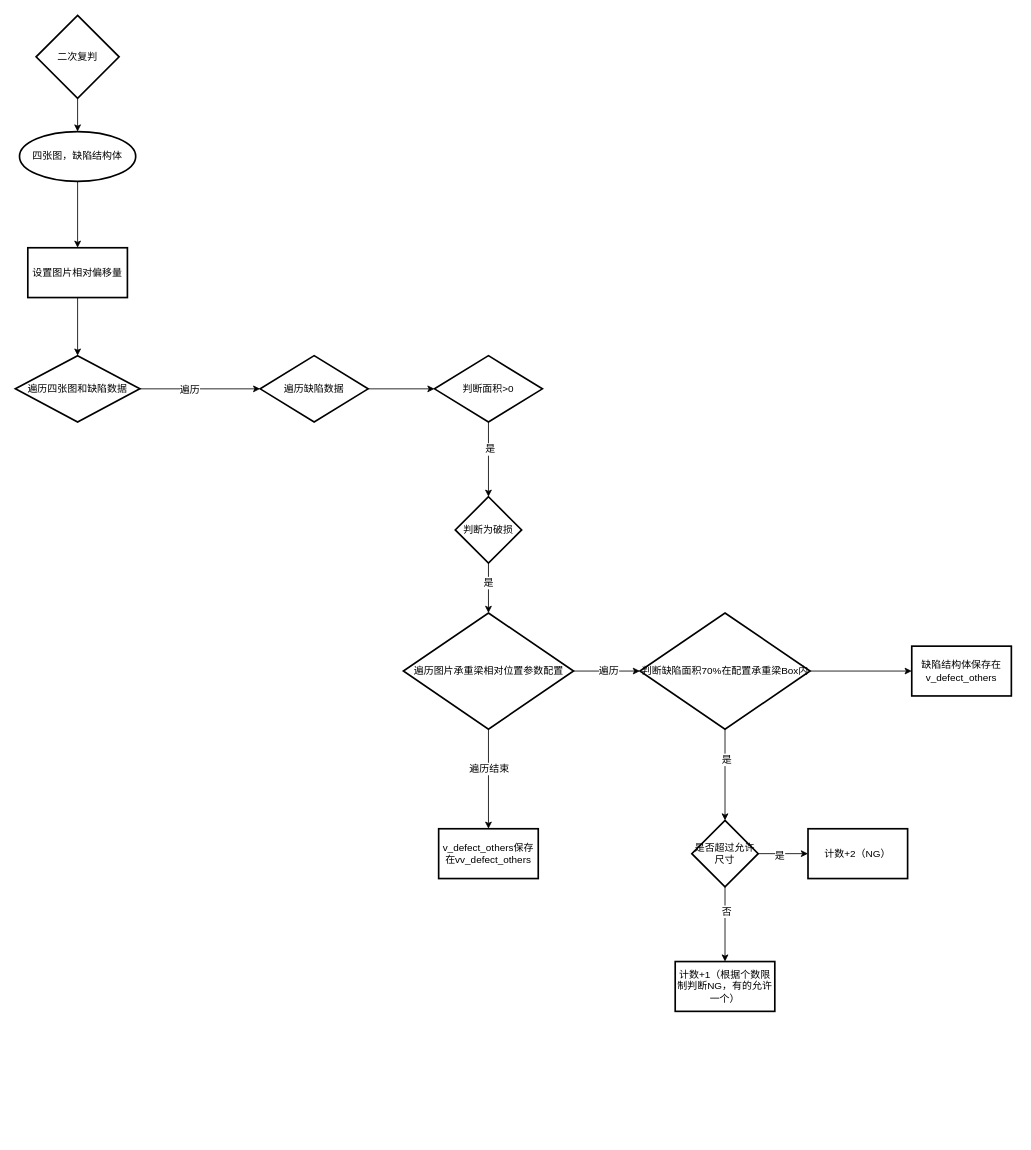
Before: 二次复判.drawio in LittleSheepy/MyMLStudy, a draw.io diagram. Source tidied: cells renumbered, new cells numbered last; positions are measured from the earlier drawing's top-left corner, leaving out a move shared by most shapes. Both pictures are drawn from the tidied source at 83%, with x=0, y=0 at pixel (15, 15).
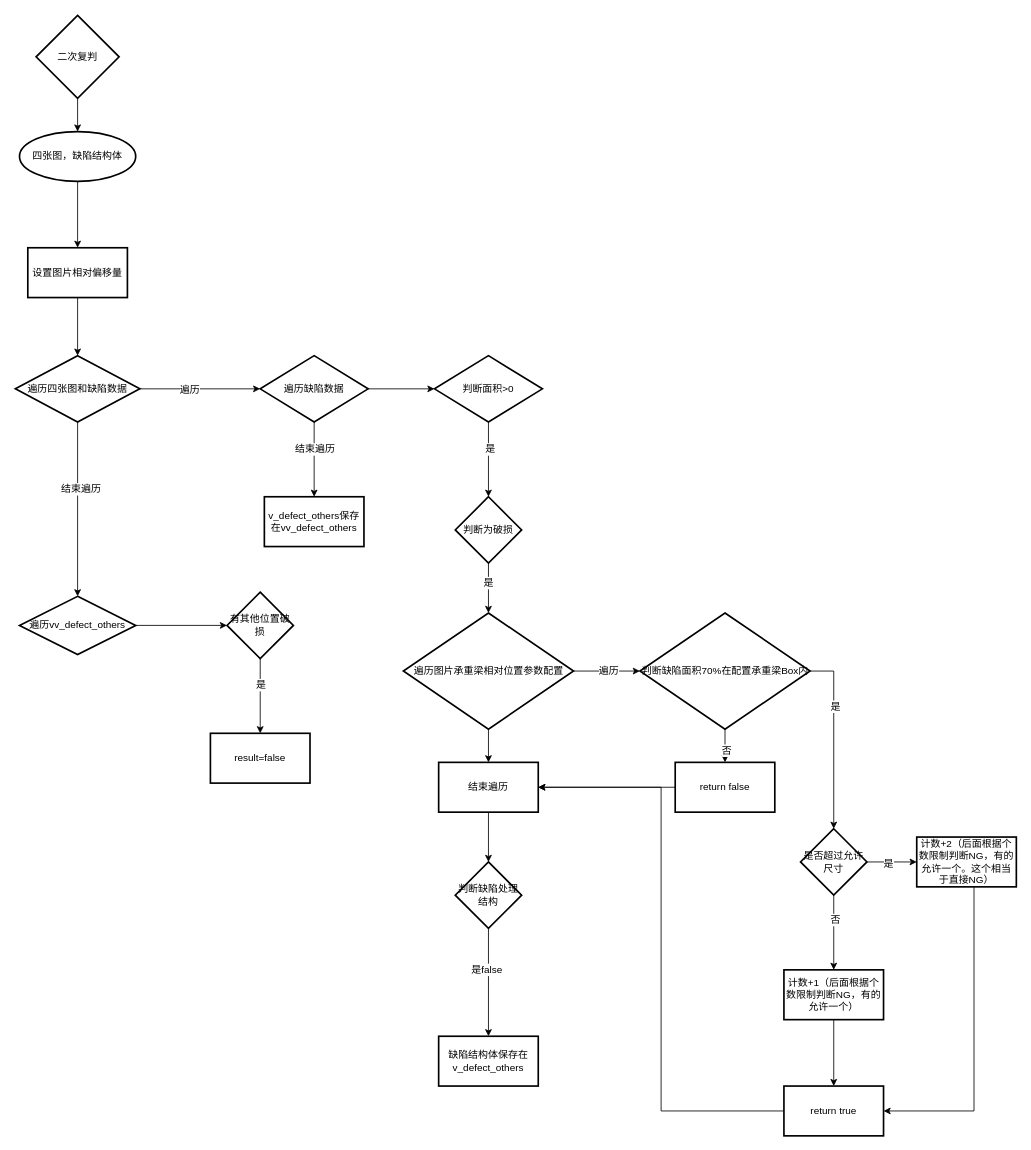
The same page after the edit.

Commit message:
更新二次复判.drawio

The change refers to these unchanged cells:
```xml
<mxCell id="10" value="遍历四张图和缺陷数据" style="rhombus;whiteSpace=wrap;html=1;strokeWidth=2;" parent="1" vertex="1">
  <mxGeometry y="410" width="150" height="80" as="geometry" />
</mxCell>
<mxCell id="12" value="遍历缺陷数据" style="rhombus;whiteSpace=wrap;html=1;strokeColor=default;strokeWidth=2;fontFamily=Helvetica;fontSize=12;fontColor=default;fillColor=default;" parent="1" vertex="1">
  <mxGeometry x="295" y="410" width="130" height="80" as="geometry" />
</mxCell>
<mxCell id="23" value="遍历图片承重梁相对位置参数配置" style="rhombus;whiteSpace=wrap;html=1;strokeColor=default;strokeWidth=2;fontFamily=Helvetica;fontSize=12;fontColor=default;fillColor=default;" parent="1" vertex="1">
  <mxGeometry x="467.5" y="720" width="205" height="140" as="geometry" />
</mxCell>
<mxCell id="27" value="判断缺陷面积70%在配置承重梁Box内" style="rhombus;whiteSpace=wrap;html=1;strokeColor=default;strokeWidth=2;fontFamily=Helvetica;fontSize=12;fontColor=default;fillColor=default;" parent="1" vertex="1">
  <mxGeometry x="752.5" y="720" width="205" height="140" as="geometry" />
</mxCell>
```

Diff of the diagram source:
```diff
@@
+    <mxCell id="37" style="edgeStyle=orthogonalEdgeStyle;rounded=0;jettySize=auto;html=1;fontFamily=Helvetica;fontSize=12;fontColor=default;" parent="1" edge="1" source="10" target="57">
+      <mxGeometry relative="1" as="geometry" />
+    </mxCell>
+    <mxCell id="38" value="结束遍历" style="edgeLabel;html=1;align=center;verticalAlign=middle;fontSize=12;fontFamily=Helvetica;fontColor=default;" parent="37" vertex="1">
+      <mxGeometry x="-0.24" y="3" relative="1" as="geometry" />
+    </mxCell>
@@
+    <mxCell id="39" style="edgeStyle=orthogonalEdgeStyle;rounded=0;jettySize=auto;html=1;fontFamily=Helvetica;fontSize=12;fontColor=default;" parent="1" edge="1" source="12" target="55">
+      <mxGeometry relative="1" as="geometry" />
+    </mxCell>
+    <mxCell id="40" value="结束遍历" style="edgeLabel;html=1;align=center;verticalAlign=middle;fontSize=12;fontFamily=Helvetica;fontColor=default;" parent="39" vertex="1">
+      <mxGeometry x="-0.28" relative="1" as="geometry" />
+    </mxCell>
@@
-    <mxCell id="21" style="edgeStyle=orthogonalEdgeStyle;rounded=0;jettySize=auto;html=1;fontFamily=Helvetica;fontSize=12;fontColor=default;" parent="1" edge="1" source="23" target="34">
-      <mxGeometry relative="1" as="geometry" />
-    </mxCell>
-    <mxCell id="22" value="遍历结束" style="edgeLabel;html=1;align=center;verticalAlign=middle;fontSize=12;fontFamily=Helvetica;fontColor=default;" parent="21" vertex="1">
-      <mxGeometry x="-0.21" relative="1" as="geometry" />
-    </mxCell>
+    <mxCell id="41" style="edgeStyle=orthogonalEdgeStyle;rounded=0;jettySize=auto;html=1;fontFamily=Helvetica;fontSize=12;fontColor=default;" parent="1" edge="1" source="23" target="47">
+      <mxGeometry relative="1" as="geometry" />
+    </mxCell>
@@
-    <mxCell id="24" style="edgeStyle=orthogonalEdgeStyle;rounded=0;jettySize=auto;html=1;fontFamily=Helvetica;fontSize=12;fontColor=default;" parent="1" edge="1" source="27" target="32">
+    <mxCell id="24" style="edgeStyle=orthogonalEdgeStyle;rounded=0;jettySize=auto;html=1;fontFamily=Helvetica;fontSize=12;fontColor=default;exitX=1;exitY=0.5;exitDx=0;exitDy=0;" parent="1" edge="1" source="27" target="32">
       <mxGeometry relative="1" as="geometry" />
     </mxCell>
@@
-    <mxCell id="26" style="edgeStyle=orthogonalEdgeStyle;rounded=0;jettySize=auto;html=1;fontFamily=Helvetica;fontSize=12;fontColor=default;" parent="1" edge="1" source="27" target="33">
-      <mxGeometry relative="1" as="geometry" />
-    </mxCell>
+    <mxCell id="42" style="edgeStyle=orthogonalEdgeStyle;rounded=0;jettySize=auto;html=1;fontFamily=Helvetica;fontSize=12;fontColor=default;" parent="1" edge="1" source="27" target="49">
+      <mxGeometry relative="1" as="geometry" />
+    </mxCell>
+    <mxCell id="43" value="否" style="edgeLabel;html=1;align=center;verticalAlign=middle;fontSize=12;fontFamily=Helvetica;fontColor=default;" parent="42" vertex="1">
+      <mxGeometry x="0.25" y="1" relative="1" as="geometry" />
+    </mxCell>
@@
     <mxCell id="32" value="是否超过允许尺寸" style="rhombus;whiteSpace=wrap;html=1;strokeWidth=2;" parent="1" vertex="1">
-      <mxGeometry x="815" y="970" width="80" height="80" as="geometry" />
+      <mxGeometry x="946" y="980" width="80" height="80" as="geometry" />
     </mxCell>
-    <mxCell id="33" value="缺陷结构体保存在v_defect_others" style="whiteSpace=wrap;html=1;strokeWidth=2;" parent="1" vertex="1">
-      <mxGeometry x="1080" y="760" width="120" height="60" as="geometry" />
-    </mxCell>
-    <mxCell id="34" value="v_defect_others保存在vv_defect_others" style="whiteSpace=wrap;html=1;strokeWidth=2;" parent="1" vertex="1">
-      <mxGeometry x="510" y="980" width="120" height="60" as="geometry" />
+    <mxCell id="34" value="缺陷结构体保存在v_defect_others" style="whiteSpace=wrap;html=1;strokeWidth=2;" parent="1" vertex="1">
+      <mxGeometry x="510" y="1230" width="120" height="60" as="geometry" />
     </mxCell>
+    <mxCell id="44" style="edgeStyle=orthogonalEdgeStyle;rounded=0;jettySize=auto;html=1;entryX=1;entryY=0.5;entryDx=0;entryDy=0;fontFamily=Helvetica;fontSize=12;fontColor=default;" parent="1" edge="1" source="35" target="51">
+      <mxGeometry relative="1" as="geometry">
+        <Array as="points">
+          <mxPoint x="1155" y="1320" />
+        </Array>
+      </mxGeometry>
+    </mxCell>
-    <mxCell id="35" value="计数+2（NG）" style="whiteSpace=wrap;html=1;strokeWidth=2;" parent="1" vertex="1">
-      <mxGeometry x="955" y="980" width="120" height="60" as="geometry" />
+    <mxCell id="35" value="计数+2（后面根据个数限制判断NG，有的允许一个。这个相当于直接NG）" style="whiteSpace=wrap;html=1;strokeWidth=2;" parent="1" vertex="1">
+      <mxGeometry x="1086" y="990" width="120" height="60" as="geometry" />
     </mxCell>
+    <mxCell id="45" style="edgeStyle=orthogonalEdgeStyle;rounded=0;jettySize=auto;html=1;fontFamily=Helvetica;fontSize=12;fontColor=default;" parent="1" edge="1" source="36" target="51">
+      <mxGeometry relative="1" as="geometry" />
+    </mxCell>
-    <mxCell id="36" value="计数+1（根据个数限制判断NG，有的允许一个）" style="whiteSpace=wrap;html=1;strokeWidth=2;" parent="1" vertex="1">
-      <mxGeometry x="795" y="1140" width="120" height="60" as="geometry" />
+    <mxCell id="36" value="计数+1（后面根据个数限制判断NG，有的允许一个）" style="whiteSpace=wrap;html=1;strokeWidth=2;" parent="1" vertex="1">
+      <mxGeometry x="926" y="1150" width="120" height="60" as="geometry" />
     </mxCell>
+    <mxCell id="46" style="edgeStyle=orthogonalEdgeStyle;rounded=0;jettySize=auto;html=1;entryX=0.5;entryY=0;entryDx=0;entryDy=0;fontFamily=Helvetica;fontSize=12;fontColor=default;" parent="1" edge="1" source="47" target="54">
+      <mxGeometry relative="1" as="geometry" />
+    </mxCell>
+    <mxCell id="47" value="结束遍历" style="whiteSpace=wrap;html=1;strokeWidth=2;" parent="1" vertex="1">
+      <mxGeometry x="510" y="900" width="120" height="60" as="geometry" />
+    </mxCell>
+    <mxCell id="48" style="edgeStyle=orthogonalEdgeStyle;rounded=0;jettySize=auto;html=1;entryX=1;entryY=0.5;entryDx=0;entryDy=0;fontFamily=Helvetica;fontSize=12;fontColor=default;" parent="1" edge="1" source="49" target="47">
+      <mxGeometry relative="1" as="geometry" />
+    </mxCell>
+    <mxCell id="49" value="return false" style="whiteSpace=wrap;html=1;strokeWidth=2;" parent="1" vertex="1">
+      <mxGeometry x="795" y="900" width="120" height="60" as="geometry" />
+    </mxCell>
+    <mxCell id="50" style="edgeStyle=orthogonalEdgeStyle;rounded=0;jettySize=auto;html=1;fontFamily=Helvetica;fontSize=12;fontColor=default;entryX=1;entryY=0.5;entryDx=0;entryDy=0;" parent="1" edge="1" source="51" target="47">
+      <mxGeometry relative="1" as="geometry" />
+    </mxCell>
+    <mxCell id="51" value="return true" style="whiteSpace=wrap;html=1;strokeWidth=2;" parent="1" vertex="1">
+      <mxGeometry x="926" y="1290" width="120" height="60" as="geometry" />
+    </mxCell>
+    <mxCell id="52" style="edgeStyle=orthogonalEdgeStyle;rounded=0;jettySize=auto;html=1;entryX=0.5;entryY=0;entryDx=0;entryDy=0;fontFamily=Helvetica;fontSize=12;fontColor=default;" parent="1" edge="1" source="54" target="34">
+      <mxGeometry relative="1" as="geometry" />
+    </mxCell>
+    <mxCell id="53" value="是false" style="edgeLabel;html=1;align=center;verticalAlign=middle;fontSize=12;fontFamily=Helvetica;fontColor=default;" parent="52" vertex="1">
+      <mxGeometry x="-0.24" y="-3" relative="1" as="geometry" />
+    </mxCell>
+    <mxCell id="54" value="判断缺陷处理结构" style="rhombus;whiteSpace=wrap;html=1;strokeWidth=2;" parent="1" vertex="1">
+      <mxGeometry x="530" y="1020" width="80" height="80" as="geometry" />
+    </mxCell>
+    <mxCell id="55" value="v_defect_others保存在vv_defect_others" style="whiteSpace=wrap;html=1;strokeWidth=2;" parent="1" vertex="1">
+      <mxGeometry x="300" y="580" width="120" height="60" as="geometry" />
+    </mxCell>
+    <mxCell id="56" style="edgeStyle=orthogonalEdgeStyle;rounded=0;jettySize=auto;html=1;fontFamily=Helvetica;fontSize=12;fontColor=default;" parent="1" edge="1" source="57" target="60">
+      <mxGeometry relative="1" as="geometry" />
+    </mxCell>
+    <mxCell id="57" value="遍历vv_defect_others" style="rhombus;whiteSpace=wrap;html=1;strokeColor=default;strokeWidth=2;fontFamily=Helvetica;fontSize=12;fontColor=default;fillColor=default;" parent="1" vertex="1">
+      <mxGeometry x="5" y="700" width="140" height="70" as="geometry" />
+    </mxCell>
+    <mxCell id="58" style="edgeStyle=orthogonalEdgeStyle;rounded=0;jettySize=auto;html=1;fontFamily=Helvetica;fontSize=12;fontColor=default;" parent="1" edge="1" source="60" target="61">
+      <mxGeometry relative="1" as="geometry" />
+    </mxCell>
+    <mxCell id="59" value="是" style="edgeLabel;html=1;align=center;verticalAlign=middle;fontSize=12;fontFamily=Helvetica;fontColor=default;" parent="58" vertex="1">
+      <mxGeometry x="-0.3" relative="1" as="geometry" />
+    </mxCell>
+    <mxCell id="60" value="有其他位置破损" style="rhombus;whiteSpace=wrap;html=1;strokeWidth=2;" parent="1" vertex="1">
+      <mxGeometry x="255" y="695" width="80" height="80" as="geometry" />
+    </mxCell>
+    <mxCell id="61" value="result=false" style="whiteSpace=wrap;html=1;strokeWidth=2;" parent="1" vertex="1">
+      <mxGeometry x="235" y="865" width="120" height="60" as="geometry" />
+    </mxCell>
```
